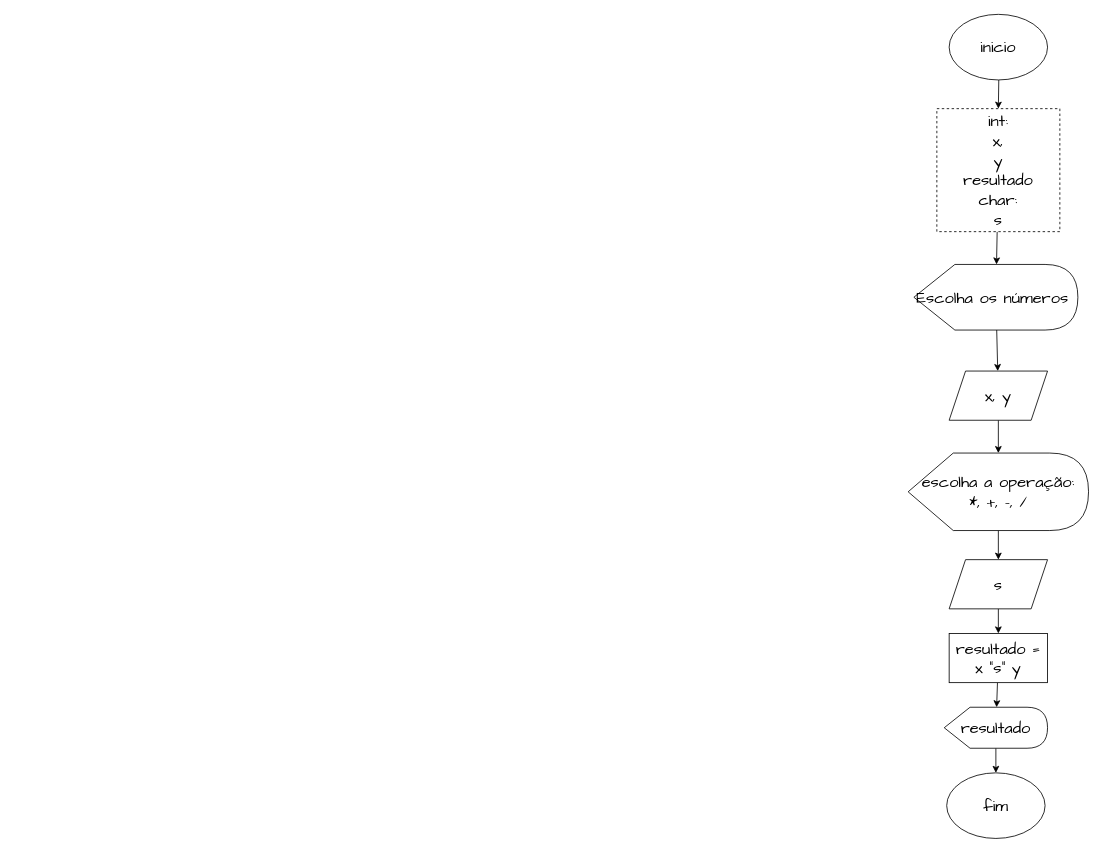
Before: page "ex2" (2 of 2) of technologies/ex-Log.drawio in luisguile/HTML-CSS-TUTORIAL, a draw.io diagram. Source tidied: cells renumbered, new cells numbered last; positions are measured from the earlier drawing's top-left corner, leaving out a move shared by most shapes. Both pictures are drawn from the tidied source at 82%, with x=0, y=0 at pixel (908, 14).
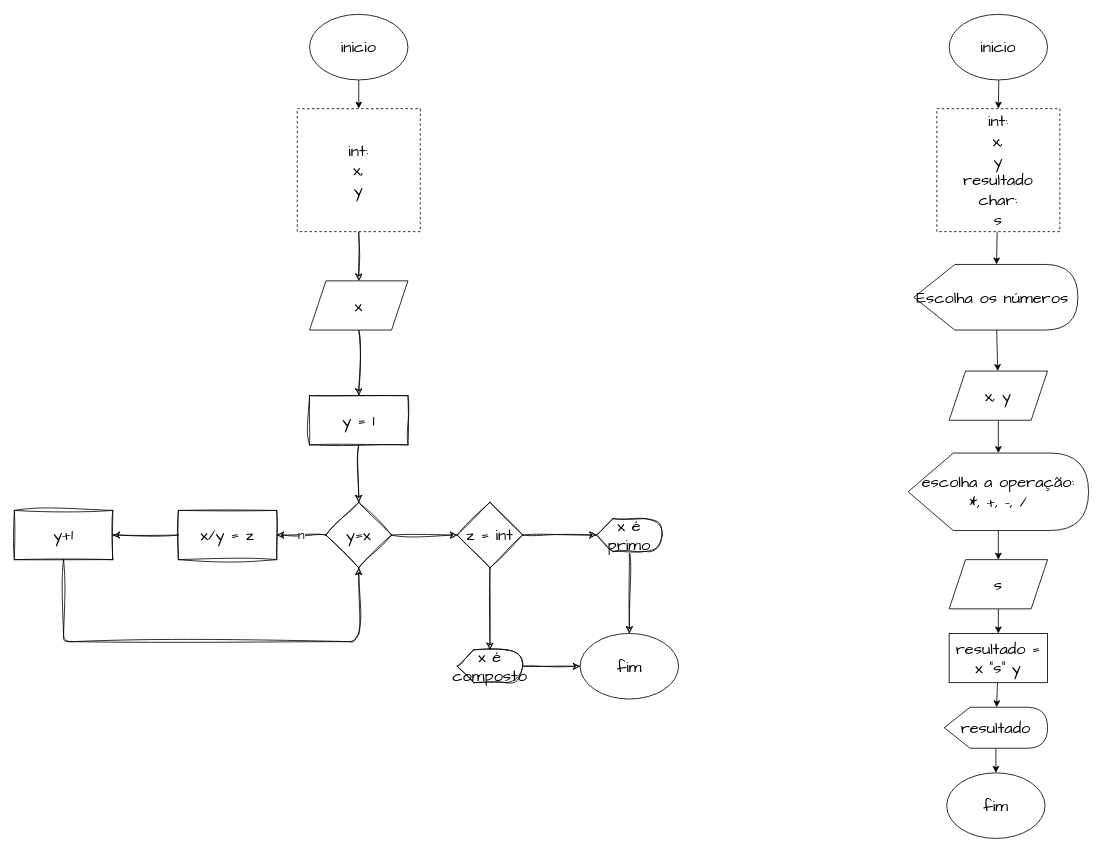
After the change.

The edit, as a diff of the source:
```diff
@@
+    <mxCell id="19" style="edgeStyle=none;hachureGap=4;html=1;fontFamily=Architects Daughter;fontSize=16;rounded=0;" parent="1" edge="1" source="20" target="23">
+      <mxGeometry relative="1" as="geometry" />
+    </mxCell>
+    <mxCell id="20" value="inicio" style="ellipse;whiteSpace=wrap;html=1;hachureGap=4;fontFamily=Architects Daughter;fontSize=20;rounded=0;" parent="1" vertex="1">
+      <mxGeometry x="-730" width="120" height="80" as="geometry" />
+    </mxCell>
+    <mxCell id="21" value="fim" style="ellipse;whiteSpace=wrap;html=1;hachureGap=4;fontFamily=Architects Daughter;fontSize=20;rounded=0;" parent="1" vertex="1">
+      <mxGeometry x="-400" y="755" width="120" height="80" as="geometry" />
+    </mxCell>
+    <mxCell id="22" style="edgeStyle=orthogonalEdgeStyle;sketch=1;hachureGap=4;jiggle=2;curveFitting=1;html=1;fontFamily=Architects Daughter;fontSize=16;" parent="1" edge="1" source="23" target="25">
+      <mxGeometry relative="1" as="geometry" />
+    </mxCell>
+    <mxCell id="23" value="int:&lt;br&gt;x,&lt;br&gt;y" style="whiteSpace=wrap;html=1;hachureGap=4;fontFamily=Architects Daughter;fontSize=20;dashed=1;rounded=0;" parent="1" vertex="1">
+      <mxGeometry x="-745" y="115" width="150" height="150" as="geometry" />
+    </mxCell>
+    <mxCell id="24" style="edgeStyle=orthogonalEdgeStyle;sketch=1;hachureGap=4;jiggle=2;curveFitting=1;html=1;fontFamily=Architects Daughter;fontSize=16;" parent="1" edge="1" source="25" target="27">
+      <mxGeometry relative="1" as="geometry" />
+    </mxCell>
+    <mxCell id="25" value="x" style="shape=parallelogram;perimeter=parallelogramPerimeter;whiteSpace=wrap;html=1;fixedSize=1;fontSize=20;fontFamily=Architects Daughter;hachureGap=4;rounded=0;" parent="1" vertex="1">
+      <mxGeometry x="-730" y="325" width="120" height="60" as="geometry" />
+    </mxCell>
+    <mxCell id="26" style="edgeStyle=orthogonalEdgeStyle;sketch=1;hachureGap=4;jiggle=2;curveFitting=1;html=1;fontFamily=Architects Daughter;fontSize=16;" parent="1" edge="1" source="27" target="30">
+      <mxGeometry relative="1" as="geometry" />
+    </mxCell>
+    <mxCell id="27" value="y = 1" style="whiteSpace=wrap;html=1;fontSize=20;fontFamily=Architects Daughter;hachureGap=4;rounded=0;sketch=1;jiggle=2;curveFitting=1;" parent="1" vertex="1">
+      <mxGeometry x="-730" y="465" width="120" height="60" as="geometry" />
+    </mxCell>
+    <mxCell id="28" value="n" style="edgeStyle=orthogonalEdgeStyle;sketch=1;hachureGap=4;jiggle=2;curveFitting=1;html=1;fontFamily=Architects Daughter;fontSize=16;" parent="1" edge="1" source="30" target="32">
+      <mxGeometry relative="1" as="geometry" />
+    </mxCell>
+    <mxCell id="29" style="edgeStyle=orthogonalEdgeStyle;sketch=1;hachureGap=4;jiggle=2;curveFitting=1;html=1;fontFamily=Architects Daughter;fontSize=16;entryX=0;entryY=0.5;entryDx=0;entryDy=0;" parent="1" edge="1" source="30" target="37">
+      <mxGeometry relative="1" as="geometry" />
+    </mxCell>
+    <mxCell id="30" value="y=x" style="rhombus;whiteSpace=wrap;html=1;fontSize=20;fontFamily=Architects Daughter;hachureGap=4;rounded=0;sketch=1;jiggle=2;curveFitting=1;" parent="1" vertex="1">
+      <mxGeometry x="-710" y="595" width="80" height="80" as="geometry" />
+    </mxCell>
+    <mxCell id="31" style="edgeStyle=orthogonalEdgeStyle;sketch=1;hachureGap=4;jiggle=2;curveFitting=1;html=1;fontFamily=Architects Daughter;fontSize=16;" parent="1" edge="1" source="32" target="34">
+      <mxGeometry relative="1" as="geometry" />
+    </mxCell>
+    <mxCell id="32" value="x/y = z" style="whiteSpace=wrap;html=1;fontSize=20;fontFamily=Architects Daughter;hachureGap=4;rounded=0;sketch=1;jiggle=2;curveFitting=1;" parent="1" vertex="1">
+      <mxGeometry x="-890" y="605" width="120" height="60" as="geometry" />
+    </mxCell>
+    <mxCell id="33" style="edgeStyle=orthogonalEdgeStyle;sketch=1;hachureGap=4;jiggle=2;curveFitting=1;html=1;fontFamily=Architects Daughter;fontSize=16;" parent="1" edge="1" source="34" target="30">
+      <mxGeometry relative="1" as="geometry">
+        <Array as="points">
+          <mxPoint x="-1030" y="765" />
+          <mxPoint x="-670" y="765" />
+        </Array>
+      </mxGeometry>
+    </mxCell>
+    <mxCell id="34" value="y+1" style="rounded=0;whiteSpace=wrap;html=1;fontSize=20;fontFamily=Architects Daughter;hachureGap=4;sketch=1;jiggle=2;curveFitting=1;" parent="1" vertex="1">
+      <mxGeometry x="-1090" y="605" width="120" height="60" as="geometry" />
+    </mxCell>
+    <mxCell id="35" style="edgeStyle=orthogonalEdgeStyle;sketch=1;hachureGap=4;jiggle=2;curveFitting=1;html=1;fontFamily=Architects Daughter;fontSize=16;" parent="1" edge="1" source="37" target="39">
+      <mxGeometry relative="1" as="geometry" />
+    </mxCell>
+    <mxCell id="36" style="edgeStyle=orthogonalEdgeStyle;sketch=1;hachureGap=4;jiggle=2;curveFitting=1;html=1;fontFamily=Architects Daughter;fontSize=16;entryX=0;entryY=0;entryDx=40;entryDy=0;entryPerimeter=0;" parent="1" edge="1" source="37" target="41">
+      <mxGeometry relative="1" as="geometry" />
+    </mxCell>
+    <mxCell id="37" value="z = int" style="rhombus;whiteSpace=wrap;html=1;sketch=1;hachureGap=4;jiggle=2;curveFitting=1;fontFamily=Architects Daughter;fontSize=20;" parent="1" vertex="1">
+      <mxGeometry x="-550" y="595" width="80" height="80" as="geometry" />
+    </mxCell>
+    <mxCell id="38" style="edgeStyle=orthogonalEdgeStyle;sketch=1;hachureGap=4;jiggle=2;curveFitting=1;html=1;fontFamily=Architects Daughter;fontSize=16;" parent="1" edge="1" source="39" target="21">
+      <mxGeometry relative="1" as="geometry" />
+    </mxCell>
+    <mxCell id="39" value="x é primo" style="shape=display;whiteSpace=wrap;html=1;sketch=1;hachureGap=4;jiggle=2;curveFitting=1;fontFamily=Architects Daughter;fontSize=20;" parent="1" vertex="1">
+      <mxGeometry x="-380" y="615" width="80" height="40" as="geometry" />
+    </mxCell>
+    <mxCell id="40" style="edgeStyle=orthogonalEdgeStyle;sketch=1;hachureGap=4;jiggle=2;curveFitting=1;html=1;fontFamily=Architects Daughter;fontSize=16;" parent="1" edge="1" source="41" target="21">
+      <mxGeometry relative="1" as="geometry" />
+    </mxCell>
+    <mxCell id="41" value="x é composto" style="shape=display;whiteSpace=wrap;html=1;sketch=1;hachureGap=4;jiggle=2;curveFitting=1;fontFamily=Architects Daughter;fontSize=20;" parent="1" vertex="1">
+      <mxGeometry x="-550" y="775" width="80" height="40" as="geometry" />
+    </mxCell>
```
